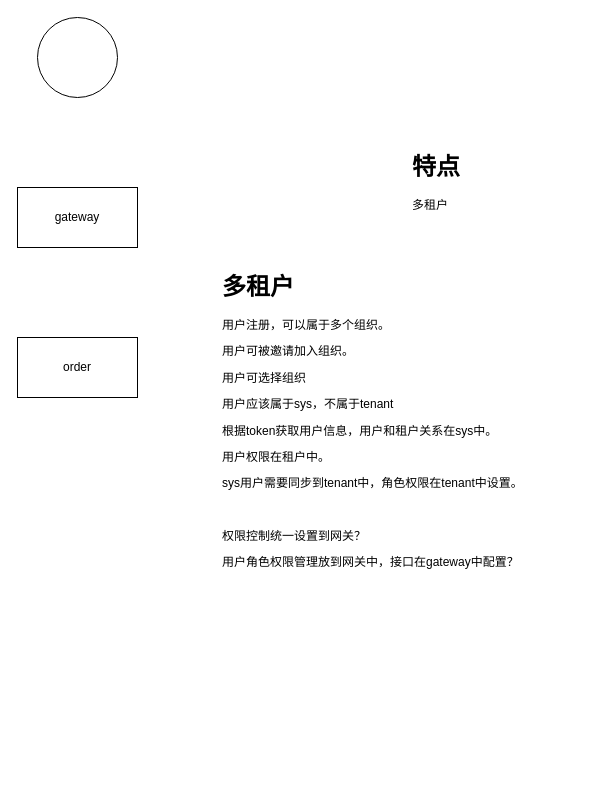
Earlier version of the draw.io diagram 互链服务架构.drawio (lipeng260/drawio). Source tidied: cells renumbered, new cells numbered last; positions are measured from the earlier drawing's top-left corner, leaving out a move shared by most shapes. Both pictures are drawn from the tidied source at 100%, with x=0, y=0 at pixel (17, 17).
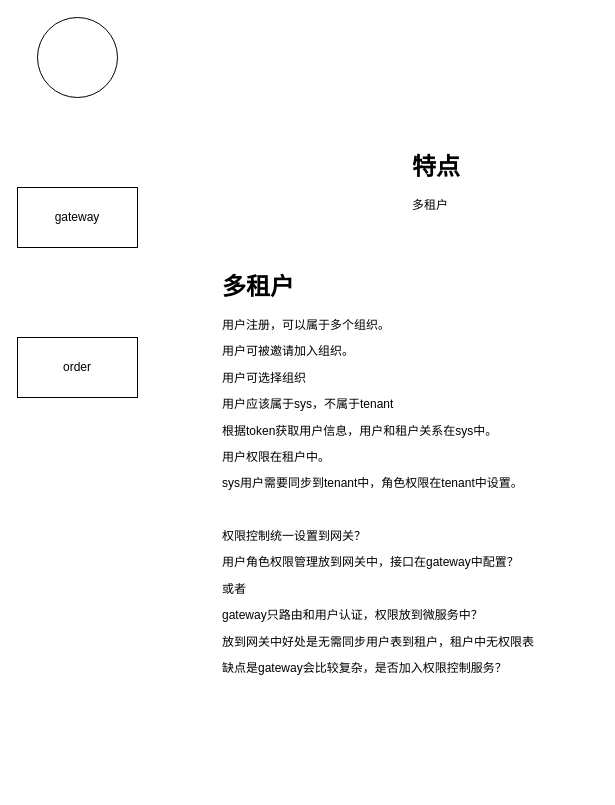
Above is the later version.

Commit message:
Update 互链服务架构.drawio

What changed in the source:
```diff
@@
 <mxGraphModel>
   <root>
     <mxCell id="0" />
     <mxCell id="1" parent="0" />
     <mxCell id="2" value="gateway" style="rounded=0;whiteSpace=wrap;html=1;" parent="1" vertex="1">
       <mxGeometry y="170" width="120" height="60" as="geometry" />
     </mxCell>
     <mxCell id="3" value="order" style="rounded=0;whiteSpace=wrap;html=1;" parent="1" vertex="1">
       <mxGeometry y="320" width="120" height="60" as="geometry" />
     </mxCell>
     <mxCell id="4" style="ellipse;whiteSpace=wrap;html=1;" parent="1" vertex="1">
       <mxGeometry x="20" width="80" height="80" as="geometry" />
     </mxCell>
     <mxCell id="5" value="&lt;h1&gt;特点&lt;/h1&gt;&lt;p&gt;多租户&lt;/p&gt;" style="text;html=1;strokeColor=none;fillColor=none;spacing=5;spacingTop=-20;whiteSpace=wrap;overflow=hidden;rounded=0;" parent="1" vertex="1">
       <mxGeometry x="390" y="130" width="190" height="120" as="geometry" />
     </mxCell>
-    <mxCell id="6" value="&lt;h1&gt;多租户&lt;/h1&gt;&lt;p&gt;用户注册，可以属于多个组织。&lt;/p&gt;&lt;p&gt;用户可被邀请加入组织。&lt;/p&gt;&lt;p&gt;用户可选择组织&lt;/p&gt;&lt;p&gt;用户应该属于sys，不属于tenant&lt;/p&gt;&lt;p&gt;根据token获取用户信息，&lt;span&gt;用户和租户关系在sys中。&lt;/span&gt;&lt;/p&gt;&lt;p&gt;&lt;span&gt;用户权限在租户中。&lt;/span&gt;&lt;/p&gt;&lt;p&gt;sys用户需要同步到tenant中，角色权限在tenant中设置。&lt;/p&gt;&lt;p&gt;&lt;br&gt;&lt;/p&gt;&lt;p&gt;权限控制统一设置到网关？&lt;/p&gt;&lt;p&gt;用户角色权限管理放到网关中，接口在gateway中配置？&lt;/p&gt;" style="text;html=1;strokeColor=none;fillColor=none;spacing=5;spacingTop=-20;whiteSpace=wrap;overflow=hidden;rounded=0;" parent="1" vertex="1">
-      <mxGeometry x="200" y="250" width="350" height="310" as="geometry" />
+    <mxCell id="6" value="&lt;h1&gt;多租户&lt;/h1&gt;&lt;p&gt;用户注册，可以属于多个组织。&lt;/p&gt;&lt;p&gt;用户可被邀请加入组织。&lt;/p&gt;&lt;p&gt;用户可选择组织&lt;/p&gt;&lt;p&gt;用户应该属于sys，不属于tenant&lt;/p&gt;&lt;p&gt;根据token获取用户信息，&lt;span&gt;用户和租户关系在sys中。&lt;/span&gt;&lt;/p&gt;&lt;p&gt;&lt;span&gt;用户权限在租户中。&lt;/span&gt;&lt;/p&gt;&lt;p&gt;sys用户需要同步到tenant中，角色权限在tenant中设置。&lt;/p&gt;&lt;p&gt;&lt;br&gt;&lt;/p&gt;&lt;p&gt;权限控制统一设置到网关？&lt;/p&gt;&lt;p&gt;用户角色权限管理放到网关中，接口在gateway中配置？&lt;/p&gt;&lt;p&gt;或者&lt;/p&gt;&lt;p&gt;gateway只路由和用户认证，权限放到微服务中？&lt;/p&gt;&lt;p&gt;放到网关中好处是无需同步用户表到租户，租户中无权限表&lt;/p&gt;&lt;p&gt;缺点是gateway会比较复杂，是否加入权限控制服务？&lt;/p&gt;" style="text;html=1;strokeColor=none;fillColor=none;spacing=5;spacingTop=-20;whiteSpace=wrap;overflow=hidden;rounded=0;" parent="1" vertex="1">
+      <mxGeometry x="200" y="250" width="360" height="520" as="geometry" />
     </mxCell>
   </root>
 </mxGraphModel>
```
